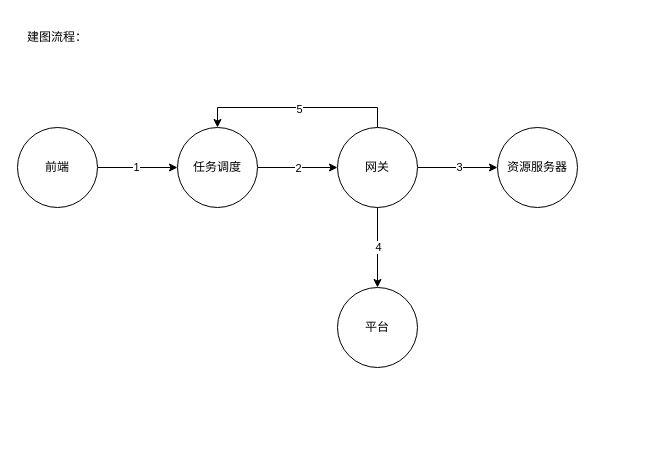
Before: 建图流程.drawio in wangyufei0807/draw, a draw.io diagram. Source tidied: cells renumbered, new cells numbered last; positions are measured from the earlier drawing's top-left corner, leaving out a move shared by most shapes. Both pictures are drawn from the tidied source at 100%, with x=0, y=0 at pixel (17, 17).
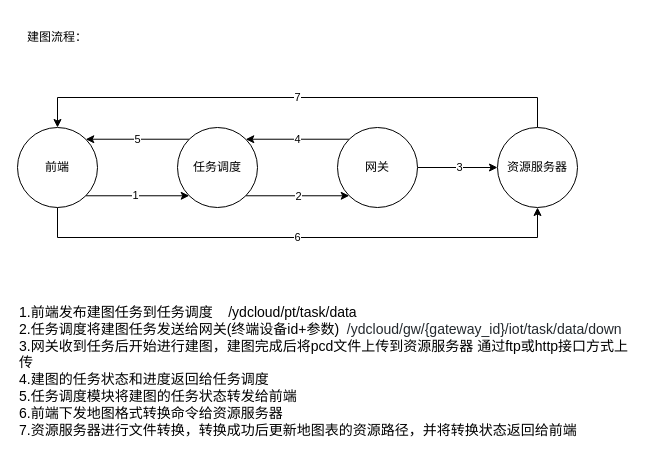
The same diagram, later.

The change refers to these unchanged cells:
```xml
<mxCell id="4" value="前端" style="ellipse;whiteSpace=wrap;html=1;" parent="1" vertex="1">
  <mxGeometry y="110" width="80" height="80" as="geometry" />
</mxCell>
<mxCell id="7" value="任务调度" style="ellipse;whiteSpace=wrap;html=1;" parent="1" vertex="1">
  <mxGeometry x="160" y="110" width="80" height="80" as="geometry" />
</mxCell>
<mxCell id="14" value="网关" style="ellipse;whiteSpace=wrap;html=1;" parent="1" vertex="1">
  <mxGeometry x="320" y="110" width="80" height="80" as="geometry" />
</mxCell>
<mxCell id="15" value="资源服务器" style="ellipse;whiteSpace=wrap;html=1;" parent="1" vertex="1">
  <mxGeometry x="480" y="110" width="80" height="80" as="geometry" />
</mxCell>
```

The edit, as a diff of the source:
```diff
@@
-    <mxCell id="2" style="edgeStyle=orthogonalEdgeStyle;rounded=0;jettySize=auto;html=1;" parent="1" edge="1" source="4" target="7">
+    <mxCell id="2" style="edgeStyle=orthogonalEdgeStyle;rounded=0;jettySize=auto;html=1;exitX=1;exitY=1;exitDx=0;exitDy=0;entryX=0;entryY=1;entryDx=0;entryDy=0;" parent="1" edge="1" source="4" target="7">
       <mxGeometry relative="1" as="geometry" />
     </mxCell>
@@
+    <mxCell id="18" value="6" style="edgeStyle=orthogonalEdgeStyle;rounded=0;jettySize=auto;html=1;exitX=0.5;exitY=1;exitDx=0;exitDy=0;entryX=0.5;entryY=1;entryDx=0;entryDy=0;" parent="1" edge="1" source="4" target="15">
+      <mxGeometry relative="1" as="geometry">
+        <Array as="points">
+          <mxPoint x="40" y="220" />
+          <mxPoint x="520" y="220" />
+        </Array>
+      </mxGeometry>
+    </mxCell>
@@
-    <mxCell id="5" style="edgeStyle=orthogonalEdgeStyle;rounded=0;jettySize=auto;html=1;" parent="1" edge="1" source="7" target="14">
+    <mxCell id="5" style="edgeStyle=orthogonalEdgeStyle;rounded=0;jettySize=auto;html=1;exitX=1;exitY=1;exitDx=0;exitDy=0;entryX=0;entryY=1;entryDx=0;entryDy=0;" parent="1" edge="1" source="7" target="14">
       <mxGeometry relative="1" as="geometry" />
     </mxCell>
@@
+    <mxCell id="13" value="5" style="edgeStyle=orthogonalEdgeStyle;rounded=0;jettySize=auto;html=1;exitX=0;exitY=0;exitDx=0;exitDy=0;entryX=1;entryY=0;entryDx=0;entryDy=0;" parent="1" edge="1" source="7" target="4">
+      <mxGeometry relative="1" as="geometry" />
+    </mxCell>
@@
-    <mxCell id="10" style="edgeStyle=orthogonalEdgeStyle;rounded=0;jettySize=auto;html=1;" parent="1" edge="1" source="14" target="16">
-      <mxGeometry relative="1" as="geometry" />
-    </mxCell>
-    <mxCell id="11" value="4" style="edgeLabel;html=1;align=center;verticalAlign=middle;" parent="10" vertex="1">
-      <mxGeometry x="-0.03" relative="1" as="geometry" />
+    <mxCell id="11" value="4" style="edgeStyle=orthogonalEdgeStyle;rounded=0;jettySize=auto;html=1;exitX=0;exitY=0;exitDx=0;exitDy=0;entryX=1;entryY=0;entryDx=0;entryDy=0;" parent="1" edge="1" source="14" target="7">
+      <mxGeometry relative="1" as="geometry" />
     </mxCell>
-    <mxCell id="12" style="edgeStyle=orthogonalEdgeStyle;rounded=0;jettySize=auto;html=1;exitX=0.5;exitY=0;exitDx=0;exitDy=0;entryX=0.5;entryY=0;entryDx=0;entryDy=0;" parent="1" edge="1" source="14" target="7">
-      <mxGeometry relative="1" as="geometry" />
-    </mxCell>
-    <mxCell id="13" value="5" style="edgeLabel;html=1;align=center;verticalAlign=middle;" parent="12" vertex="1">
-      <mxGeometry x="-0.01" y="1" relative="1" as="geometry" />
-    </mxCell>
@@
+    <mxCell id="19" value="7" style="edgeStyle=orthogonalEdgeStyle;rounded=0;jettySize=auto;html=1;exitX=0.5;exitY=0;exitDx=0;exitDy=0;entryX=0.5;entryY=0;entryDx=0;entryDy=0;" parent="1" edge="1" source="15" target="4">
+      <mxGeometry relative="1" as="geometry">
+        <Array as="points">
+          <mxPoint x="520" y="80" />
+          <mxPoint x="40" y="80" />
+        </Array>
+      </mxGeometry>
+    </mxCell>
@@
-    <mxCell id="16" value="平台" style="ellipse;whiteSpace=wrap;html=1;" parent="1" vertex="1">
-      <mxGeometry x="320" y="270" width="80" height="80" as="geometry" />
-    </mxCell>
@@
+    <mxCell id="20" value="&lt;font style=&quot;font-size: 14px&quot;&gt;1.前端发布建图任务到任务调度&amp;nbsp; &amp;nbsp;&amp;nbsp;/ydcloud/pt/task/data&lt;br&gt;2.任务调度将建图任务发送给网关(终端设备id+参数)&amp;nbsp;&amp;nbsp;&lt;span style=&quot;color: rgb(36 , 41 , 46) ; background-color: rgb(255 , 255 , 255)&quot;&gt;/ydcloud/gw/{gateway_id}/iot/task/data/down&lt;br&gt;&lt;/span&gt;3.网关收到任务后开始进行建图，建图完成后将pcd文件上传到资源服务器 通过ftp或http接口方式上传&lt;br&gt;4.建图的任务状态和进度返回给任务调度&lt;br&gt;5.任务调度模块将建图的任务状态转发给前端&lt;br&gt;6.前端下发地图格式转换命令给资源服务器&lt;br&gt;7.资源服务器进行文件转换，转换成功后更新地图表的资源路径，并将转换状态返回给前端&lt;br&gt;&lt;br&gt;&lt;/font&gt;" style="text;html=1;strokeColor=none;fillColor=none;align=left;verticalAlign=top;whiteSpace=wrap;rounded=0;horizontal=1;spacing=2;rotation=0;" parent="1" vertex="1">
+      <mxGeometry y="280" width="620" height="160" as="geometry" />
+    </mxCell>
```
